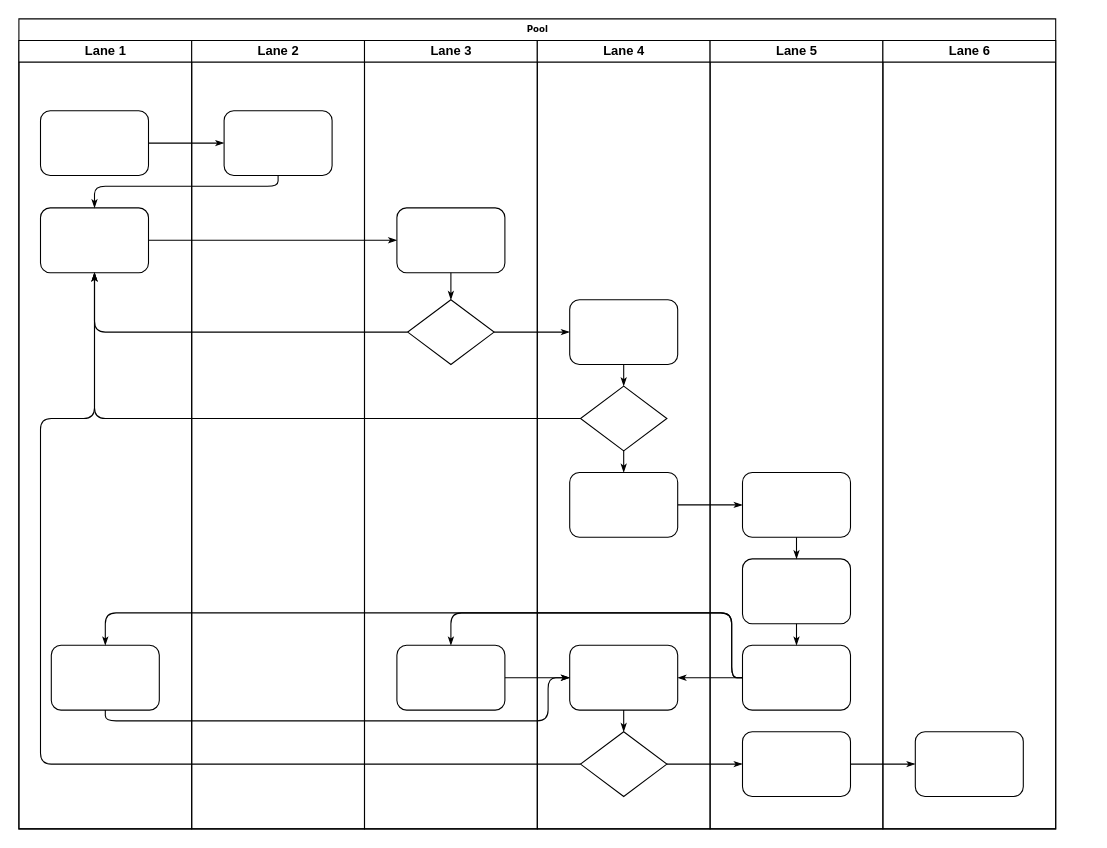
Before: data/上海上美定制需求流程图.drawio in chenyanxi/hosts, a draw.io diagram. Source tidied: cells renumbered, new cells numbered last; positions are measured from the earlier drawing's top-left corner, leaving out a move shared by most shapes. Both pictures are drawn from the tidied source at 108%, with x=0, y=0 at pixel (18, 18).
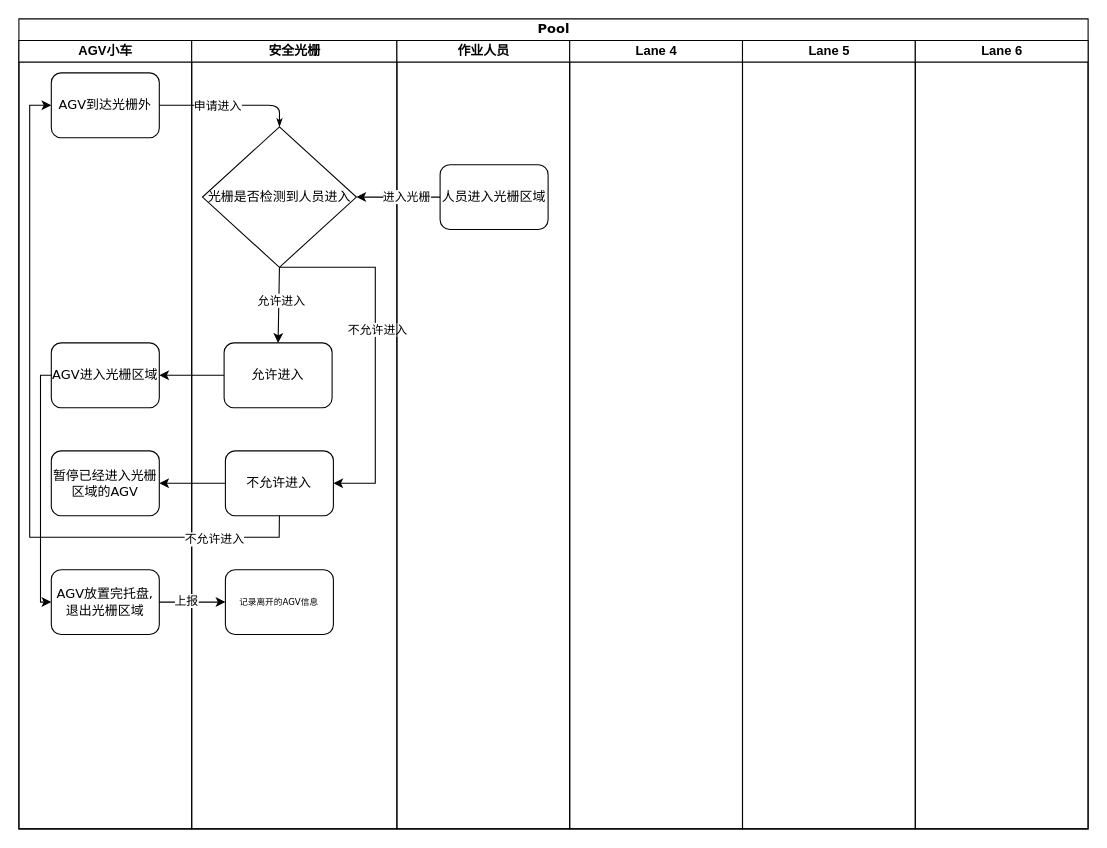
Above is the later version.

Commit message (it also covers changes not shown here):
更新上海上美定制需求流程图.drawio

Diff of the diagram source:
```diff
@@
-    <mxCell id="2" value="Pool" style="swimlane;html=1;startSize=20;rounded=0;shadow=0;labelBackgroundColor=none;strokeWidth=1;fontFamily=Verdana;fontSize=8;align=center;" parent="1" vertex="1">
-      <mxGeometry width="960" height="750" as="geometry" />
+    <mxCell id="2" value="&lt;font style=&quot;font-size: 12px;&quot;&gt;Pool&lt;/font&gt;" style="swimlane;html=1;startSize=20;rounded=0;shadow=0;labelBackgroundColor=none;strokeWidth=1;fontFamily=Verdana;fontSize=8;align=center;" parent="1" vertex="1">
+      <mxGeometry width="990" height="750" as="geometry" />
     </mxCell>
-    <mxCell id="3" value="Lane 1" style="swimlane;html=1;startSize=20;" parent="2" vertex="1">
+    <mxCell id="3" value="AGV小车" style="swimlane;html=1;startSize=20;" parent="2" vertex="1">
       <mxGeometry y="20" width="160" height="730" as="geometry" />
     </mxCell>
-    <mxCell id="4" style="rounded=1;whiteSpace=wrap;html=1;shadow=0;labelBackgroundColor=none;strokeWidth=1;fontFamily=Verdana;fontSize=8;align=center;" parent="3" vertex="1">
-      <mxGeometry x="20" y="65" width="100" height="60" as="geometry" />
+    <mxCell id="4" value="&lt;font style=&quot;font-size: 12px;&quot;&gt;AGV到达光栅外&lt;/font&gt;" style="rounded=1;whiteSpace=wrap;html=1;shadow=0;labelBackgroundColor=none;strokeWidth=1;fontFamily=Verdana;fontSize=8;align=center;" parent="3" vertex="1">
+      <mxGeometry x="30" y="30" width="100" height="60" as="geometry" />
     </mxCell>
-    <mxCell id="5" style="rounded=1;whiteSpace=wrap;html=1;shadow=0;labelBackgroundColor=none;strokeWidth=1;fontFamily=Verdana;fontSize=8;align=center;" parent="3" vertex="1">
-      <mxGeometry x="20" y="155" width="100" height="60" as="geometry" />
-    </mxCell>
-    <mxCell id="6" style="rounded=1;whiteSpace=wrap;html=1;shadow=0;labelBackgroundColor=none;strokeWidth=1;fontFamily=Verdana;fontSize=8;align=center;" parent="3" vertex="1">
-      <mxGeometry x="30" y="560" width="100" height="60" as="geometry" />
-    </mxCell>
+    <mxCell id="47" value="&lt;font style=&quot;font-size: 12px;&quot;&gt;AGV进入光栅区域&lt;/font&gt;" style="rounded=1;whiteSpace=wrap;html=1;shadow=0;labelBackgroundColor=none;strokeWidth=1;fontFamily=Verdana;fontSize=8;align=center;" parent="3" vertex="1">
+      <mxGeometry x="30" y="280" width="100" height="60" as="geometry" />
+    </mxCell>
+    <mxCell id="48" value="&lt;span style=&quot;font-size: 12px;&quot;&gt;暂停已经进入光栅区域的AGV&lt;/span&gt;" style="rounded=1;whiteSpace=wrap;html=1;shadow=0;labelBackgroundColor=none;strokeWidth=1;fontFamily=Verdana;fontSize=8;align=center;" parent="3" vertex="1">
+      <mxGeometry x="30" y="380" width="100" height="60" as="geometry" />
+    </mxCell>
+    <mxCell id="49" value="&lt;font style=&quot;font-size: 12px;&quot;&gt;AGV放置完托盘,退出光栅区域&lt;/font&gt;" style="rounded=1;whiteSpace=wrap;html=1;shadow=0;labelBackgroundColor=none;strokeWidth=1;fontFamily=Verdana;fontSize=8;align=center;" parent="3" vertex="1">
+      <mxGeometry x="30" y="490" width="100" height="60" as="geometry" />
+    </mxCell>
+    <mxCell id="50" style="endArrow=classic;html=1;rounded=0;exitX=0;exitY=0.5;exitDx=0;exitDy=0;entryX=0;entryY=0.5;entryDx=0;entryDy=0;" parent="3" edge="1" source="47" target="49">
+      <mxGeometry relative="1" as="geometry">
+        <Array as="points">
+          <mxPoint x="20" y="310" />
+          <mxPoint x="20" y="360" />
+          <mxPoint x="20" y="470" />
+          <mxPoint x="20" y="520" />
+        </Array>
+      </mxGeometry>
+    </mxCell>
-    <mxCell id="7" style="edgeStyle=orthogonalEdgeStyle;rounded=1;html=1;labelBackgroundColor=none;startArrow=none;startFill=0;startSize=5;endArrow=classicThin;endFill=1;endSize=5;jettySize=auto;strokeWidth=1;fontFamily=Verdana;fontSize=8;" parent="2" edge="1" source="4" target="23">
+    <mxCell id="7" style="edgeStyle=orthogonalEdgeStyle;rounded=1;html=1;labelBackgroundColor=none;startArrow=none;startFill=0;startSize=5;endArrow=classicThin;endFill=1;endSize=5;jettySize=auto;strokeWidth=1;fontFamily=Verdana;fontSize=8;entryX=0.5;entryY=0;entryDx=0;entryDy=0;" parent="2" edge="1" source="4" target="52">
       <mxGeometry relative="1" as="geometry" />
     </mxCell>
-    <mxCell id="8" style="edgeStyle=orthogonalEdgeStyle;rounded=1;html=1;labelBackgroundColor=none;startArrow=none;startFill=0;startSize=5;endArrow=classicThin;endFill=1;endSize=5;jettySize=auto;strokeWidth=1;fontFamily=Verdana;fontSize=8;" parent="2" edge="1" source="23" target="5">
-      <mxGeometry relative="1" as="geometry">
-        <Array as="points">
-          <mxPoint x="240" y="155" />
-          <mxPoint x="70" y="155" />
-        </Array>
-      </mxGeometry>
-    </mxCell>
-    <mxCell id="9" style="edgeStyle=orthogonalEdgeStyle;rounded=1;html=1;labelBackgroundColor=none;startArrow=none;startFill=0;startSize=5;endArrow=classicThin;endFill=1;endSize=5;jettySize=auto;strokeWidth=1;fontFamily=Verdana;fontSize=8;" parent="2" edge="1" source="5" target="25">
-      <mxGeometry relative="1" as="geometry" />
-    </mxCell>
-    <mxCell id="10" style="edgeStyle=orthogonalEdgeStyle;rounded=1;html=1;labelBackgroundColor=none;startArrow=none;startFill=0;startSize=5;endArrow=classicThin;endFill=1;endSize=5;jettySize=auto;strokeWidth=1;fontFamily=Verdana;fontSize=8;" parent="2" edge="1" source="26" target="5">
-      <mxGeometry relative="1" as="geometry" />
-    </mxCell>
-    <mxCell id="11" style="edgeStyle=orthogonalEdgeStyle;rounded=1;html=1;labelBackgroundColor=none;startArrow=none;startFill=0;startSize=5;endArrow=classicThin;endFill=1;endSize=5;jettySize=auto;strokeWidth=1;fontFamily=Verdana;fontSize=8;" parent="2" edge="1" source="31" target="5">
-      <mxGeometry relative="1" as="geometry" />
-    </mxCell>
-    <mxCell id="12" style="edgeStyle=orthogonalEdgeStyle;rounded=1;html=1;labelBackgroundColor=none;startArrow=none;startFill=0;startSize=5;endArrow=classicThin;endFill=1;endSize=5;jettySize=auto;strokeWidth=1;fontFamily=Verdana;fontSize=8;" parent="2" edge="1" source="34" target="5">
-      <mxGeometry relative="1" as="geometry">
-        <Array as="points">
-          <mxPoint x="20" y="690" />
-          <mxPoint x="20" y="370" />
-          <mxPoint x="70" y="370" />
-        </Array>
-      </mxGeometry>
-    </mxCell>
-    <mxCell id="13" style="edgeStyle=orthogonalEdgeStyle;rounded=1;html=1;labelBackgroundColor=none;startArrow=none;startFill=0;startSize=5;endArrow=classicThin;endFill=1;endSize=5;jettySize=auto;strokeWidth=1;fontFamily=Verdana;fontSize=8;" parent="2" edge="1" source="26" target="30">
-      <mxGeometry relative="1" as="geometry" />
-    </mxCell>
-    <mxCell id="14" style="edgeStyle=orthogonalEdgeStyle;rounded=1;html=1;labelBackgroundColor=none;startArrow=none;startFill=0;startSize=5;endArrow=classicThin;endFill=1;endSize=5;jettySize=auto;strokeWidth=1;fontFamily=Verdana;fontSize=8;" parent="2" edge="1" source="34" target="42">
-      <mxGeometry relative="1" as="geometry" />
-    </mxCell>
-    <mxCell id="15" style="edgeStyle=orthogonalEdgeStyle;rounded=1;html=1;labelBackgroundColor=none;startArrow=none;startFill=0;startSize=5;endArrow=classicThin;endFill=1;endSize=5;jettySize=auto;strokeWidth=1;fontFamily=Verdana;fontSize=8;" parent="2" edge="1" source="42" target="46">
-      <mxGeometry relative="1" as="geometry" />
-    </mxCell>
-    <mxCell id="16" style="edgeStyle=orthogonalEdgeStyle;rounded=1;html=1;labelBackgroundColor=none;startArrow=none;startFill=0;startSize=5;endArrow=classicThin;endFill=1;endSize=5;jettySize=auto;strokeWidth=1;fontFamily=Verdana;fontSize=8;" parent="2" edge="1" source="32" target="39">
-      <mxGeometry relative="1" as="geometry" />
-    </mxCell>
-    <mxCell id="17" style="edgeStyle=orthogonalEdgeStyle;rounded=1;html=1;labelBackgroundColor=none;startArrow=none;startFill=0;startSize=5;endArrow=classicThin;endFill=1;endSize=5;jettySize=auto;strokeWidth=1;fontFamily=Verdana;fontSize=8;" parent="2" edge="1" source="41" target="27">
-      <mxGeometry relative="1" as="geometry">
-        <Array as="points">
-          <mxPoint x="660" y="610" />
-          <mxPoint x="660" y="550" />
-          <mxPoint x="400" y="550" />
-        </Array>
-      </mxGeometry>
-    </mxCell>
-    <mxCell id="18" style="edgeStyle=orthogonalEdgeStyle;rounded=1;html=1;labelBackgroundColor=none;startArrow=none;startFill=0;startSize=5;endArrow=classicThin;endFill=1;endSize=5;jettySize=auto;strokeColor=#000000;strokeWidth=1;fontFamily=Verdana;fontSize=8;fontColor=#000000;" parent="2" edge="1" source="41" target="33">
-      <mxGeometry relative="1" as="geometry" />
-    </mxCell>
-    <mxCell id="19" style="edgeStyle=orthogonalEdgeStyle;rounded=1;html=1;labelBackgroundColor=none;startArrow=none;startFill=0;startSize=5;endArrow=classicThin;endFill=1;endSize=5;jettySize=auto;strokeWidth=1;fontFamily=Verdana;fontSize=8;" parent="2" edge="1" source="41" target="6">
-      <mxGeometry relative="1" as="geometry">
-        <Array as="points">
-          <mxPoint x="660" y="610" />
-          <mxPoint x="660" y="550" />
-          <mxPoint x="80" y="550" />
-        </Array>
-      </mxGeometry>
-    </mxCell>
-    <mxCell id="20" style="edgeStyle=orthogonalEdgeStyle;rounded=1;html=1;labelBackgroundColor=none;startArrow=none;startFill=0;startSize=5;endArrow=classicThin;endFill=1;endSize=5;jettySize=auto;strokeWidth=1;fontFamily=Verdana;fontSize=8;" parent="2" edge="1" source="6" target="33">
-      <mxGeometry relative="1" as="geometry">
-        <Array as="points">
-          <mxPoint x="80" y="650" />
-          <mxPoint x="490" y="650" />
-          <mxPoint x="490" y="610" />
-        </Array>
-      </mxGeometry>
-    </mxCell>
-    <mxCell id="21" style="edgeStyle=orthogonalEdgeStyle;rounded=1;html=1;labelBackgroundColor=none;startArrow=none;startFill=0;startSize=5;endArrow=classicThin;endFill=1;endSize=5;jettySize=auto;strokeWidth=1;fontFamily=Verdana;fontSize=8;" parent="2" edge="1" source="27" target="33">
-      <mxGeometry relative="1" as="geometry" />
-    </mxCell>
+    <mxCell id="51" value="申请进入" style="edgeLabel;html=1;align=center;verticalAlign=middle;" parent="7" vertex="1">
+      <mxGeometry x="-0.2" relative="1" as="geometry" />
+    </mxCell>
-    <mxCell id="22" value="Lane 2" style="swimlane;html=1;startSize=20;" parent="2" vertex="1">
-      <mxGeometry x="160" y="20" width="160" height="730" as="geometry" />
+    <mxCell id="22" value="安全光栅" style="swimlane;html=1;startSize=20;" parent="2" vertex="1">
+      <mxGeometry x="160" y="20" width="190" height="730" as="geometry" />
     </mxCell>
-    <mxCell id="23" style="rounded=1;whiteSpace=wrap;html=1;shadow=0;labelBackgroundColor=none;strokeWidth=1;fontFamily=Verdana;fontSize=8;align=center;" parent="22" vertex="1">
-      <mxGeometry x="30" y="65" width="100" height="60" as="geometry" />
-    </mxCell>
+    <mxCell id="52" value="&lt;font style=&quot;font-size: 12px;&quot;&gt;光栅是否检测到人员进入&lt;/font&gt;" style="rhombus;whiteSpace=wrap;html=1;rounded=0;shadow=0;labelBackgroundColor=none;strokeWidth=1;fontFamily=Verdana;fontSize=8;align=center;" parent="22" vertex="1">
+      <mxGeometry x="10" y="80" width="142.5" height="130" as="geometry" />
+    </mxCell>
+    <mxCell id="53" value="&lt;font style=&quot;font-size: 12px;&quot;&gt;允许进入&lt;/font&gt;" style="rounded=1;whiteSpace=wrap;html=1;shadow=0;labelBackgroundColor=none;strokeWidth=1;fontFamily=Verdana;fontSize=8;align=center;" parent="22" vertex="1">
+      <mxGeometry x="30" y="280" width="100" height="60" as="geometry" />
+    </mxCell>
+    <mxCell id="54" style="endArrow=classic;html=1;rounded=0;exitX=0.5;exitY=1;exitDx=0;exitDy=0;entryX=0.5;entryY=0;entryDx=0;entryDy=0;" parent="22" edge="1" source="52" target="53">
+      <mxGeometry relative="1" as="geometry" />
+    </mxCell>
+    <mxCell id="55" value="允许进入" style="edgeLabel;html=1;align=center;verticalAlign=middle;" parent="54" vertex="1">
+      <mxGeometry x="-0.14" y="2" relative="1" as="geometry" />
+    </mxCell>
+    <mxCell id="56" value="&lt;font style=&quot;font-size: 12px;&quot;&gt;不允许进入&lt;/font&gt;" style="rounded=1;whiteSpace=wrap;html=1;shadow=0;labelBackgroundColor=none;strokeWidth=1;fontFamily=Verdana;fontSize=8;align=center;" parent="22" vertex="1">
+      <mxGeometry x="31.2" y="380" width="100" height="60" as="geometry" />
+    </mxCell>
+    <mxCell id="57" style="endArrow=classic;html=1;rounded=0;exitX=0.5;exitY=1;exitDx=0;exitDy=0;entryX=1;entryY=0.5;entryDx=0;entryDy=0;" parent="22" edge="1" source="52" target="56">
+      <mxGeometry relative="1" as="geometry">
+        <Array as="points">
+          <mxPoint x="170" y="210" />
+          <mxPoint x="170" y="410" />
+          <mxPoint x="153" y="410" />
+        </Array>
+      </mxGeometry>
+    </mxCell>
+    <mxCell id="58" value="不允许进入" style="edgeLabel;html=1;align=center;verticalAlign=middle;" parent="57" vertex="1">
+      <mxGeometry x="-0.11" y="1" relative="1" as="geometry" />
+    </mxCell>
+    <mxCell id="27" value="记录离开的AGV信息" style="rounded=1;whiteSpace=wrap;html=1;shadow=0;labelBackgroundColor=none;strokeWidth=1;fontFamily=Verdana;fontSize=8;align=center;" parent="22" vertex="1">
+      <mxGeometry x="31.2" y="490" width="100" height="60" as="geometry" />
+    </mxCell>
-    <mxCell id="24" value="Lane 3" style="swimlane;html=1;startSize=20;" parent="2" vertex="1">
-      <mxGeometry x="320" y="20" width="160" height="730" as="geometry" />
+    <mxCell id="24" value="作业人员" style="swimlane;html=1;startSize=20;" parent="2" vertex="1">
+      <mxGeometry x="350" y="20" width="160" height="730" as="geometry" />
     </mxCell>
-    <mxCell id="25" style="rounded=1;whiteSpace=wrap;html=1;shadow=0;labelBackgroundColor=none;strokeWidth=1;fontFamily=Verdana;fontSize=8;align=center;" parent="24" vertex="1">
-      <mxGeometry x="30" y="155" width="100" height="60" as="geometry" />
+    <mxCell id="25" value="&lt;font style=&quot;font-size: 12px;&quot;&gt;人员进入光栅区域&lt;/font&gt;" style="rounded=1;whiteSpace=wrap;html=1;shadow=0;labelBackgroundColor=none;strokeWidth=1;fontFamily=Verdana;fontSize=8;align=center;" parent="24" vertex="1">
+      <mxGeometry x="40" y="115" width="100" height="60" as="geometry" />
     </mxCell>
-    <mxCell id="26" style="rhombus;whiteSpace=wrap;html=1;rounded=0;shadow=0;labelBackgroundColor=none;strokeWidth=1;fontFamily=Verdana;fontSize=8;align=center;" parent="24" vertex="1">
-      <mxGeometry x="40" y="240" width="80" height="60" as="geometry" />
-    </mxCell>
-    <mxCell id="27" style="rounded=1;whiteSpace=wrap;html=1;shadow=0;labelBackgroundColor=none;strokeWidth=1;fontFamily=Verdana;fontSize=8;align=center;" parent="24" vertex="1">
-      <mxGeometry x="30" y="560" width="100" height="60" as="geometry" />
-    </mxCell>
-    <mxCell id="28" style="edgeStyle=orthogonalEdgeStyle;rounded=1;html=1;labelBackgroundColor=none;startArrow=none;startFill=0;startSize=5;endArrow=classicThin;endFill=1;endSize=5;jettySize=auto;strokeWidth=1;fontFamily=Verdana;fontSize=8;" parent="24" edge="1" source="25" target="26">
-      <mxGeometry relative="1" as="geometry" />
-    </mxCell>
     <mxCell id="29" value="Lane 4" style="swimlane;html=1;startSize=20;" parent="2" vertex="1">
-      <mxGeometry x="480" y="20" width="160" height="730" as="geometry" />
+      <mxGeometry x="510" y="20" width="160" height="730" as="geometry" />
     </mxCell>
-    <mxCell id="30" style="rounded=1;whiteSpace=wrap;html=1;shadow=0;labelBackgroundColor=none;strokeWidth=1;fontFamily=Verdana;fontSize=8;align=center;" parent="29" vertex="1">
-      <mxGeometry x="30" y="240" width="100" height="60" as="geometry" />
-    </mxCell>
-    <mxCell id="31" style="rhombus;whiteSpace=wrap;html=1;rounded=0;shadow=0;labelBackgroundColor=none;strokeWidth=1;fontFamily=Verdana;fontSize=8;align=center;" parent="29" vertex="1">
-      <mxGeometry x="40" y="320" width="80" height="60" as="geometry" />
-    </mxCell>
-    <mxCell id="32" style="rounded=1;whiteSpace=wrap;html=1;shadow=0;labelBackgroundColor=none;strokeWidth=1;fontFamily=Verdana;fontSize=8;align=center;" parent="29" vertex="1">
-      <mxGeometry x="30" y="400" width="100" height="60" as="geometry" />
-    </mxCell>
-    <mxCell id="33" style="rounded=1;whiteSpace=wrap;html=1;shadow=0;labelBackgroundColor=none;strokeWidth=1;fontFamily=Verdana;fontSize=8;align=center;" parent="29" vertex="1">
-      <mxGeometry x="30" y="560" width="100" height="60" as="geometry" />
-    </mxCell>
-    <mxCell id="34" style="rhombus;whiteSpace=wrap;html=1;rounded=0;shadow=0;labelBackgroundColor=none;strokeWidth=1;fontFamily=Verdana;fontSize=8;align=center;" parent="29" vertex="1">
-      <mxGeometry x="40" y="640" width="80" height="60" as="geometry" />
-    </mxCell>
-    <mxCell id="35" style="edgeStyle=orthogonalEdgeStyle;rounded=1;html=1;labelBackgroundColor=none;startArrow=none;startFill=0;startSize=5;endArrow=classicThin;endFill=1;endSize=5;jettySize=auto;strokeColor=#000000;strokeWidth=1;fontFamily=Verdana;fontSize=8;fontColor=#000000;" parent="29" edge="1" source="30" target="31">
-      <mxGeometry relative="1" as="geometry" />
-    </mxCell>
-    <mxCell id="36" style="edgeStyle=orthogonalEdgeStyle;rounded=1;html=1;labelBackgroundColor=none;startArrow=none;startFill=0;startSize=5;endArrow=classicThin;endFill=1;endSize=5;jettySize=auto;strokeWidth=1;fontFamily=Verdana;fontSize=8;" parent="29" edge="1" source="31" target="32">
-      <mxGeometry relative="1" as="geometry" />
-    </mxCell>
-    <mxCell id="37" style="edgeStyle=orthogonalEdgeStyle;rounded=1;html=1;labelBackgroundColor=none;startArrow=none;startFill=0;startSize=5;endArrow=classicThin;endFill=1;endSize=5;jettySize=auto;strokeWidth=1;fontFamily=Verdana;fontSize=8;" parent="29" edge="1" source="33" target="34">
-      <mxGeometry relative="1" as="geometry" />
-    </mxCell>
     <mxCell id="38" value="Lane 5" style="swimlane;html=1;startSize=20;" parent="2" vertex="1">
-      <mxGeometry x="640" y="20" width="160" height="730" as="geometry" />
+      <mxGeometry x="670" y="20" width="160" height="730" as="geometry" />
     </mxCell>
-    <mxCell id="39" style="rounded=1;whiteSpace=wrap;html=1;shadow=0;labelBackgroundColor=none;strokeWidth=1;fontFamily=Verdana;fontSize=8;align=center;" parent="38" vertex="1">
-      <mxGeometry x="30" y="400" width="100" height="60" as="geometry" />
-    </mxCell>
-    <mxCell id="40" style="rounded=1;whiteSpace=wrap;html=1;shadow=0;labelBackgroundColor=none;strokeWidth=1;fontFamily=Verdana;fontSize=8;align=center;" parent="38" vertex="1">
-      <mxGeometry x="30" y="480" width="100" height="60" as="geometry" />
-    </mxCell>
-    <mxCell id="41" style="rounded=1;whiteSpace=wrap;html=1;shadow=0;labelBackgroundColor=none;strokeWidth=1;fontFamily=Verdana;fontSize=8;align=center;" parent="38" vertex="1">
-      <mxGeometry x="30" y="560" width="100" height="60" as="geometry" />
-    </mxCell>
-    <mxCell id="42" style="rounded=1;whiteSpace=wrap;html=1;shadow=0;labelBackgroundColor=none;strokeWidth=1;fontFamily=Verdana;fontSize=8;align=center;" parent="38" vertex="1">
-      <mxGeometry x="30" y="640" width="100" height="60" as="geometry" />
-    </mxCell>
-    <mxCell id="43" style="edgeStyle=orthogonalEdgeStyle;rounded=1;html=1;labelBackgroundColor=none;startArrow=none;startFill=0;startSize=5;endArrow=classicThin;endFill=1;endSize=5;jettySize=auto;strokeWidth=1;fontFamily=Verdana;fontSize=8;" parent="38" edge="1" source="39" target="40">
-      <mxGeometry relative="1" as="geometry" />
-    </mxCell>
-    <mxCell id="44" style="edgeStyle=orthogonalEdgeStyle;rounded=1;html=1;labelBackgroundColor=none;startArrow=none;startFill=0;startSize=5;endArrow=classicThin;endFill=1;endSize=5;jettySize=auto;strokeWidth=1;fontFamily=Verdana;fontSize=8;" parent="38" edge="1" source="40" target="41">
-      <mxGeometry relative="1" as="geometry" />
-    </mxCell>
     <mxCell id="45" value="Lane 6" style="swimlane;html=1;startSize=20;" parent="2" vertex="1">
-      <mxGeometry x="800" y="20" width="160" height="730" as="geometry" />
+      <mxGeometry x="830" y="20" width="160" height="730" as="geometry" />
     </mxCell>
-    <mxCell id="46" style="rounded=1;whiteSpace=wrap;html=1;shadow=0;labelBackgroundColor=none;strokeWidth=1;fontFamily=Verdana;fontSize=8;align=center;" parent="45" vertex="1">
-      <mxGeometry x="30" y="640" width="100" height="60" as="geometry" />
-    </mxCell>
+    <mxCell id="59" style="endArrow=classic;html=1;rounded=0;exitX=0;exitY=0.5;exitDx=0;exitDy=0;" parent="2" edge="1" source="53" target="47">
+      <mxGeometry relative="1" as="geometry" />
+    </mxCell>
+    <mxCell id="60" style="endArrow=classic;html=1;rounded=0;exitX=0;exitY=0.5;exitDx=0;exitDy=0;entryX=1;entryY=0.5;entryDx=0;entryDy=0;" parent="2" edge="1" source="25" target="52">
+      <mxGeometry relative="1" as="geometry" />
+    </mxCell>
+    <mxCell id="61" value="进入光栅" style="edgeLabel;html=1;align=center;verticalAlign=middle;" parent="60" vertex="1">
+      <mxGeometry x="-0.17" y="-1" relative="1" as="geometry" />
+    </mxCell>
+    <mxCell id="62" style="endArrow=classic;html=1;rounded=0;exitX=0;exitY=0.5;exitDx=0;exitDy=0;entryX=1;entryY=0.5;entryDx=0;entryDy=0;" parent="2" edge="1" source="56" target="48">
+      <mxGeometry relative="1" as="geometry" />
+    </mxCell>
+    <mxCell id="63" style="endArrow=classic;html=1;rounded=0;exitX=0.5;exitY=1;exitDx=0;exitDy=0;entryX=0;entryY=0.5;entryDx=0;entryDy=0;" parent="2" edge="1" source="56" target="4">
+      <mxGeometry relative="1" as="geometry">
+        <Array as="points">
+          <mxPoint x="241" y="480" />
+          <mxPoint x="10" y="480" />
+          <mxPoint x="10" y="80" />
+        </Array>
+      </mxGeometry>
+    </mxCell>
+    <mxCell id="64" value="不允许进入" style="edgeLabel;html=1;align=center;verticalAlign=middle;" parent="63" vertex="1">
+      <mxGeometry x="-0.76" y="1" relative="1" as="geometry" />
+    </mxCell>
+    <mxCell id="65" style="endArrow=classic;html=1;rounded=0;exitX=1;exitY=0.5;exitDx=0;exitDy=0;entryX=0;entryY=0.5;entryDx=0;entryDy=0;" parent="2" edge="1" source="49" target="27">
+      <mxGeometry relative="1" as="geometry" />
+    </mxCell>
+    <mxCell id="66" value="上报" style="edgeLabel;html=1;align=center;verticalAlign=middle;" parent="65" vertex="1">
+      <mxGeometry x="-0.21" y="2" relative="1" as="geometry" />
+    </mxCell>
```
